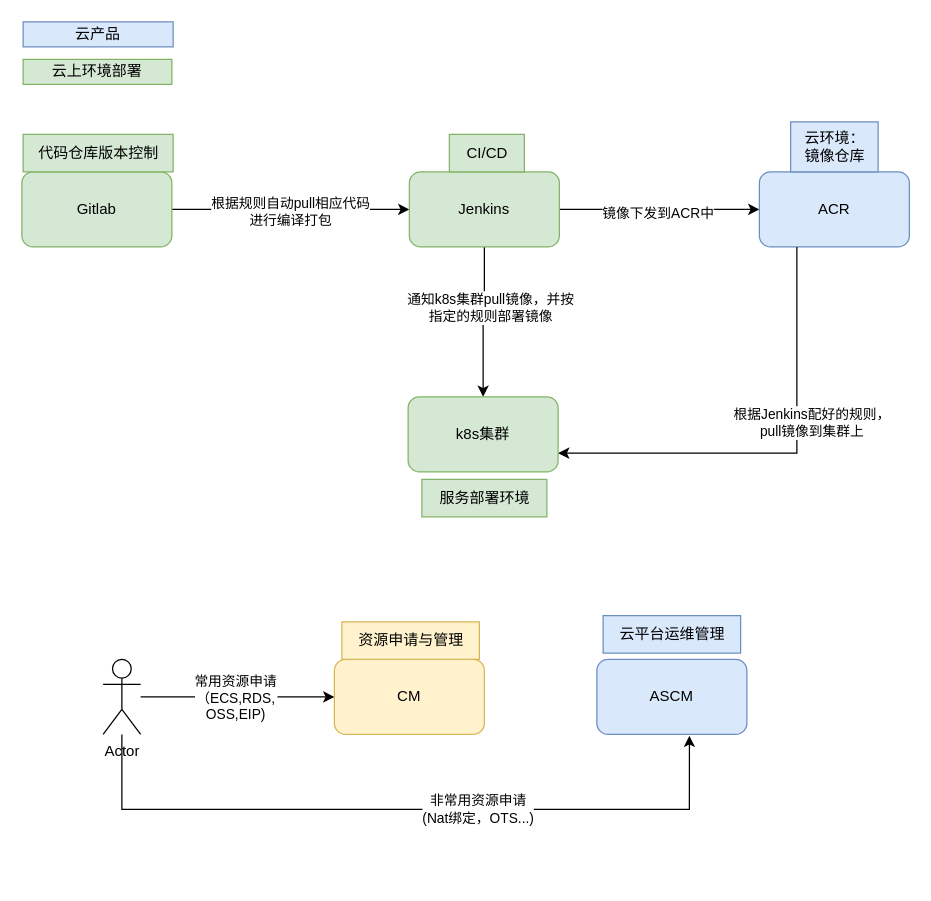
The draw.io diagram 未命名绘图2.drawio in nieo2002/20K-cities, before the edit. Source tidied: cells renumbered, new cells numbered last; positions are measured from the earlier drawing's top-left corner, leaving out a move shared by most shapes. Both pictures are drawn from the tidied source at 125%, with x=0, y=0 at pixel (21, 21).
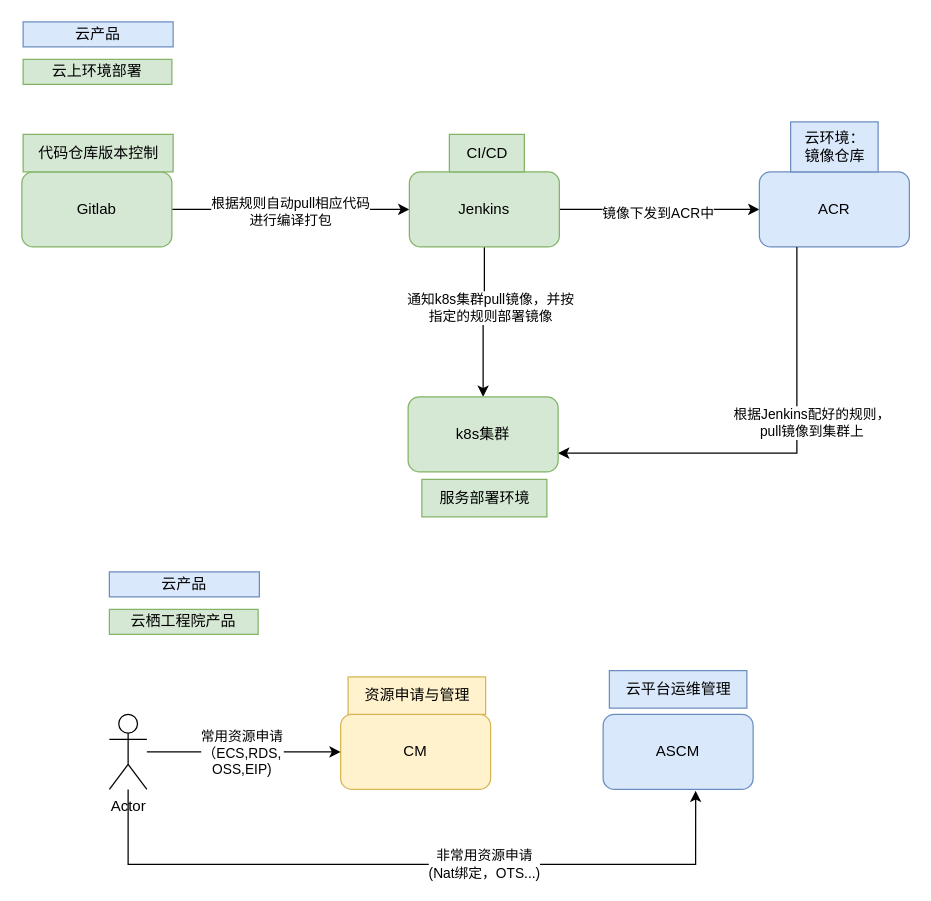
Above is the later version.

Commit message:
更新未命名绘图2.drawio

The edit, as a diff of the source:
```diff
@@
     <mxCell id="20" value="CM" style="rounded=1;whiteSpace=wrap;html=1;fillColor=#fff2cc;strokeColor=#d6b656;" parent="1" vertex="1">
-      <mxGeometry x="250" y="510" width="120" height="60" as="geometry" />
+      <mxGeometry x="255" y="554" width="120" height="60" as="geometry" />
     </mxCell>
     <mxCell id="21" value="资源申请与管理" style="text;html=1;align=center;verticalAlign=middle;strokeColor=#d6b656;fillColor=#fff2cc;" parent="1" vertex="1">
-      <mxGeometry x="256" y="480" width="110" height="30" as="geometry" />
+      <mxGeometry x="261" y="524" width="110" height="30" as="geometry" />
     </mxCell>
     <mxCell id="22" value="ASCM" style="rounded=1;whiteSpace=wrap;html=1;fillColor=#dae8fc;strokeColor=#6c8ebf;" parent="1" vertex="1">
-      <mxGeometry x="460" y="510" width="120" height="60" as="geometry" />
+      <mxGeometry x="465" y="554" width="120" height="60" as="geometry" />
     </mxCell>
     <mxCell id="23" value="云平台运维管理" style="text;html=1;align=center;verticalAlign=middle;strokeColor=#6c8ebf;fillColor=#dae8fc;" parent="1" vertex="1">
-      <mxGeometry x="465" y="475" width="110" height="30" as="geometry" />
+      <mxGeometry x="470" y="519" width="110" height="30" as="geometry" />
     </mxCell>
     <mxCell id="24" style="edgeStyle=orthogonalEdgeStyle;rounded=0;jettySize=auto;html=1;entryX=0;entryY=0.5;entryDx=0;entryDy=0;" parent="1" edge="1" source="26" target="20">
       <mxGeometry relative="1" as="geometry">
         <Array as="points">
-          <mxPoint x="210" y="540" />
-          <mxPoint x="210" y="540" />
+          <mxPoint x="215" y="584" />
+          <mxPoint x="215" y="584" />
         </Array>
       </mxGeometry>
     </mxCell>
@@
     <mxCell id="26" value="Actor" style="shape=umlActor;verticalLabelPosition=bottom;verticalAlign=top;html=1;outlineConnect=0;" parent="1" vertex="1">
-      <mxGeometry x="65" y="510" width="30" height="60" as="geometry" />
+      <mxGeometry x="70" y="554" width="30" height="60" as="geometry" />
     </mxCell>
     <mxCell id="27" style="edgeStyle=orthogonalEdgeStyle;rounded=0;jettySize=auto;html=1;entryX=0.617;entryY=1.019;entryDx=0;entryDy=0;entryPerimeter=0;" parent="1" edge="1" source="26" target="22">
       <mxGeometry relative="1" as="geometry">
         <Array as="points">
-          <mxPoint x="80" y="630" />
-          <mxPoint x="534" y="630" />
+          <mxPoint x="85" y="674" />
+          <mxPoint x="539" y="674" />
         </Array>
       </mxGeometry>
     </mxCell>
@@
+    <mxCell id="29" value="云产品" style="rounded=0;whiteSpace=wrap;html=1;fillColor=#dae8fc;strokeColor=#6c8ebf;" parent="1" vertex="1">
+      <mxGeometry x="70" y="440" width="120" height="20" as="geometry" />
+    </mxCell>
+    <mxCell id="30" value="云栖工程院产品" style="rounded=0;whiteSpace=wrap;html=1;fillColor=#d5e8d4;strokeColor=#82b366;" parent="1" vertex="1">
+      <mxGeometry x="70" y="470" width="119" height="20" as="geometry" />
+    </mxCell>
```
